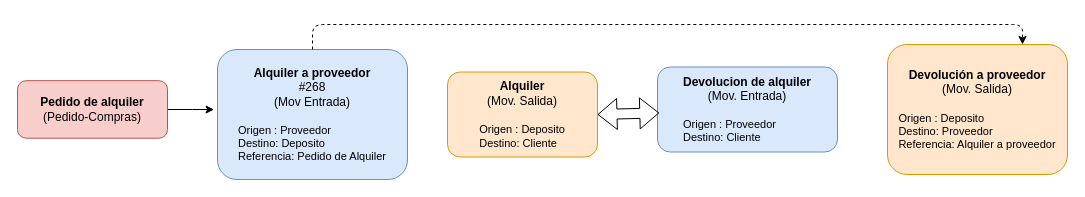
This is page "Alquiler a Proveedor" (2 of 4) of Untitled Diagram.drawio from GJRusso/TMG, a draw.io file, before an edit. Source tidied: cells renumbered, new cells numbered last; positions are measured from the earlier drawing's top-left corner, leaving out a move shared by most shapes. Both pictures are drawn from the tidied source at 100%, with x=0, y=0 at pixel (17, 44).
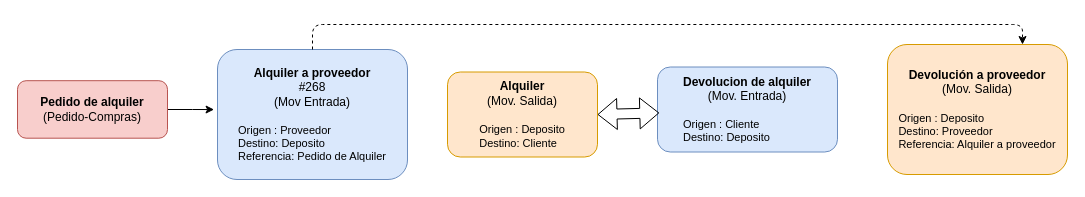
Above is the later version.

Diff of the diagram source:
```diff
@@
 <mxGraphModel>
   <root>
     <mxCell id="0" />
     <mxCell id="1" parent="0" />
     <mxCell id="2" value="&lt;b&gt;Devolución a proveedor&lt;/b&gt;&lt;br&gt;(Mov. Salida)&lt;br&gt;&lt;br&gt;&lt;div style=&quot;text-align: left&quot;&gt;&lt;span style=&quot;font-size: 11px&quot;&gt;Origen&lt;/span&gt;&lt;span style=&quot;font-size: 11px&quot;&gt;&amp;nbsp;: Deposito&lt;/span&gt;&lt;/div&gt;&lt;div style=&quot;text-align: left ; font-size: 11px&quot;&gt;Destino: Proveedor&lt;/div&gt;&lt;div style=&quot;text-align: left ; font-size: 11px&quot;&gt;Referencia: Alquiler a proveedor&lt;/div&gt;" style="rounded=1;whiteSpace=wrap;html=1;fillColor=#ffe6cc;strokeColor=#d79b00;" parent="1" vertex="1">
       <mxGeometry x="870" width="180" height="130" as="geometry" />
     </mxCell>
     <mxCell id="3" value="&lt;b&gt;Alquiler a proveedor&lt;br&gt;&lt;/b&gt;#268&lt;br&gt;(Mov Entrada)&lt;br&gt;&lt;br&gt;&lt;div style=&quot;text-align: left ; font-size: 11px&quot;&gt;Origen : Proveedor&lt;/div&gt;&lt;div style=&quot;text-align: left ; font-size: 11px&quot;&gt;Destino: Deposito&lt;/div&gt;&lt;div style=&quot;text-align: left ; font-size: 11px&quot;&gt;Referencia: Pedido de Alquiler&lt;/div&gt;" style="rounded=1;whiteSpace=wrap;html=1;fillColor=#dae8fc;strokeColor=#6c8ebf;" parent="1" vertex="1">
       <mxGeometry x="200" y="5" width="190" height="130" as="geometry" />
     </mxCell>
     <mxCell id="4" style="edgeStyle=orthogonalEdgeStyle;rounded=0;jettySize=auto;html=1;entryX=-0.018;entryY=0.462;entryDx=0;entryDy=0;entryPerimeter=0;" parent="1" edge="1" source="6" target="3">
       <mxGeometry relative="1" as="geometry" />
     </mxCell>
     <mxCell id="5" style="edgeStyle=orthogonalEdgeStyle;rounded=1;jettySize=auto;html=1;entryX=0.75;entryY=0;entryDx=0;entryDy=0;exitX=0.5;exitY=0;exitDx=0;exitDy=0;dashed=1;" parent="1" edge="1" source="3" target="2">
       <mxGeometry relative="1" as="geometry" />
     </mxCell>
     <mxCell id="6" value="&lt;b&gt;Pedido de alquiler&lt;/b&gt;&lt;br&gt;(Pedido-Compras)" style="rounded=1;whiteSpace=wrap;html=1;fillColor=#f8cecc;strokeColor=#b85450;" parent="1" vertex="1">
       <mxGeometry y="36.2" width="150" height="57.5" as="geometry" />
     </mxCell>
-    <mxCell id="7" value="&lt;b&gt;Devolucion de alquiler&lt;br&gt;&lt;/b&gt;(Mov. Entrada)&lt;br&gt;&lt;br&gt;&lt;div style=&quot;text-align: left ; font-size: 11px&quot;&gt;Origen : Proveedor&lt;/div&gt;&lt;div style=&quot;text-align: left ; font-size: 11px&quot;&gt;Destino: Cliente&lt;/div&gt;" style="rounded=1;whiteSpace=wrap;html=1;fillColor=#dae8fc;strokeColor=#6c8ebf;" parent="1" vertex="1">
+    <mxCell id="7" value="&lt;b&gt;Devolucion de alquiler&lt;br&gt;&lt;/b&gt;(Mov. Entrada)&lt;br&gt;&lt;br&gt;&lt;div style=&quot;text-align: left ; font-size: 11px&quot;&gt;Origen : Cliente&lt;/div&gt;&lt;div style=&quot;text-align: left ; font-size: 11px&quot;&gt;Destino: Deposito&lt;/div&gt;" style="rounded=1;whiteSpace=wrap;html=1;fillColor=#dae8fc;strokeColor=#6c8ebf;" parent="1" vertex="1">
       <mxGeometry x="640" y="22.5" width="180" height="85" as="geometry" />
     </mxCell>
     <mxCell id="8" value="&lt;b&gt;Alquiler&lt;/b&gt;&lt;br&gt;(Mov. Salida)&lt;br&gt;&lt;br&gt;&lt;div style=&quot;text-align: left&quot;&gt;&lt;span style=&quot;font-size: 11px&quot;&gt;Origen&lt;/span&gt;&lt;span style=&quot;font-size: 11px&quot;&gt;&amp;nbsp;: Deposito&lt;/span&gt;&lt;/div&gt;&lt;div style=&quot;text-align: left ; font-size: 11px&quot;&gt;&lt;span&gt;&lt;font style=&quot;font-size: 11px&quot;&gt;Destino: Cliente&lt;/font&gt;&lt;/span&gt;&lt;/div&gt;" style="rounded=1;whiteSpace=wrap;html=1;fillColor=#ffe6cc;strokeColor=#d79b00;" parent="1" vertex="1">
       <mxGeometry x="430" y="27.5" width="150" height="85" as="geometry" />
     </mxCell>
     <mxCell id="9" style="shape=flexArrow;endArrow=classic;startArrow=classic;html=1;entryX=0.01;entryY=0.54;entryDx=0;entryDy=0;entryPerimeter=0;exitX=1;exitY=0.5;exitDx=0;exitDy=0;" parent="1" edge="1" source="8" target="7">
       <mxGeometry relative="1" as="geometry" />
     </mxCell>
   </root>
 </mxGraphModel>
```
